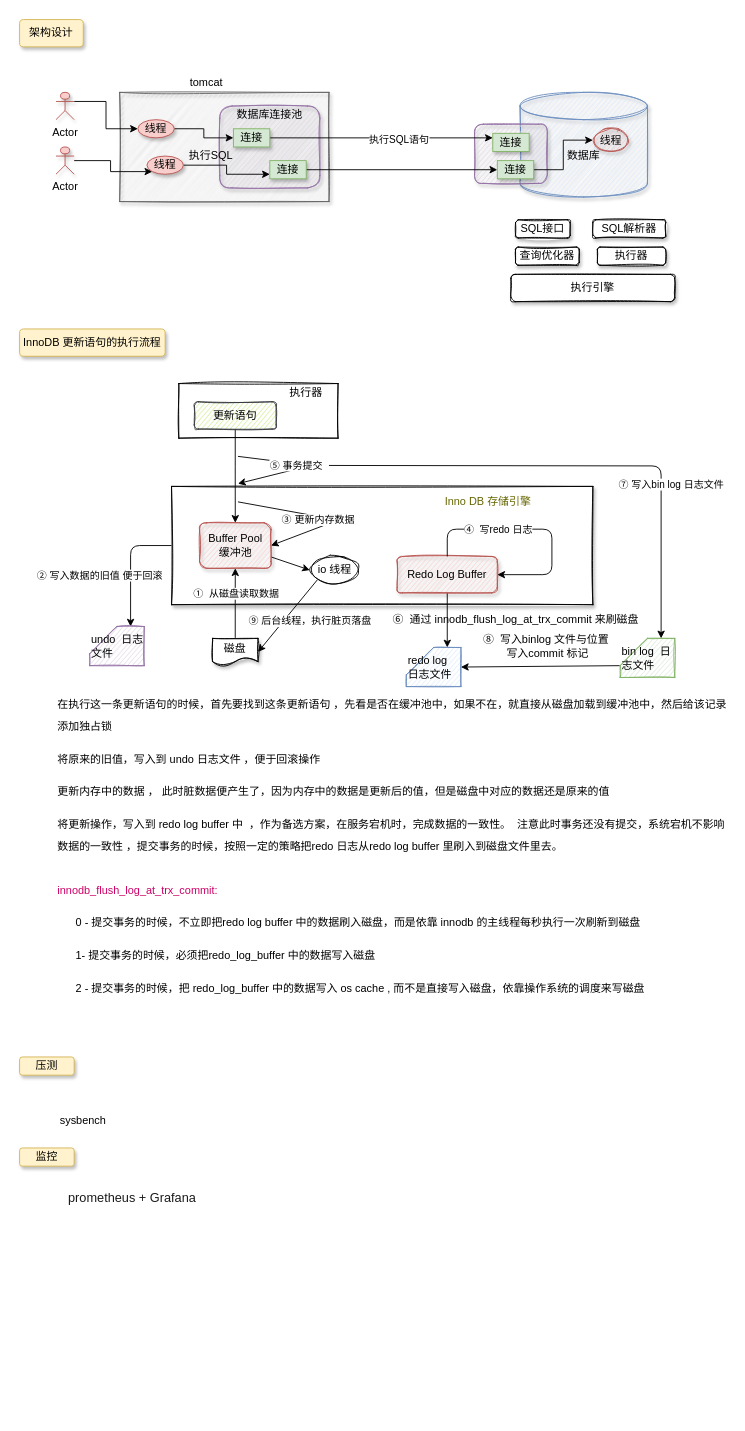
topyuluo/photo-project keeps this draw.io diagram as page "架构设计" (1 of 2) of mysql 实战优化 .drawio. Above is the earlier version. Source tidied: cells renumbered, new cells numbered last; positions are measured from the earlier drawing's top-left corner, leaving out a move shared by most shapes. Both pictures are drawn from the tidied source at 91%, with x=0, y=0 at pixel (19, 19).
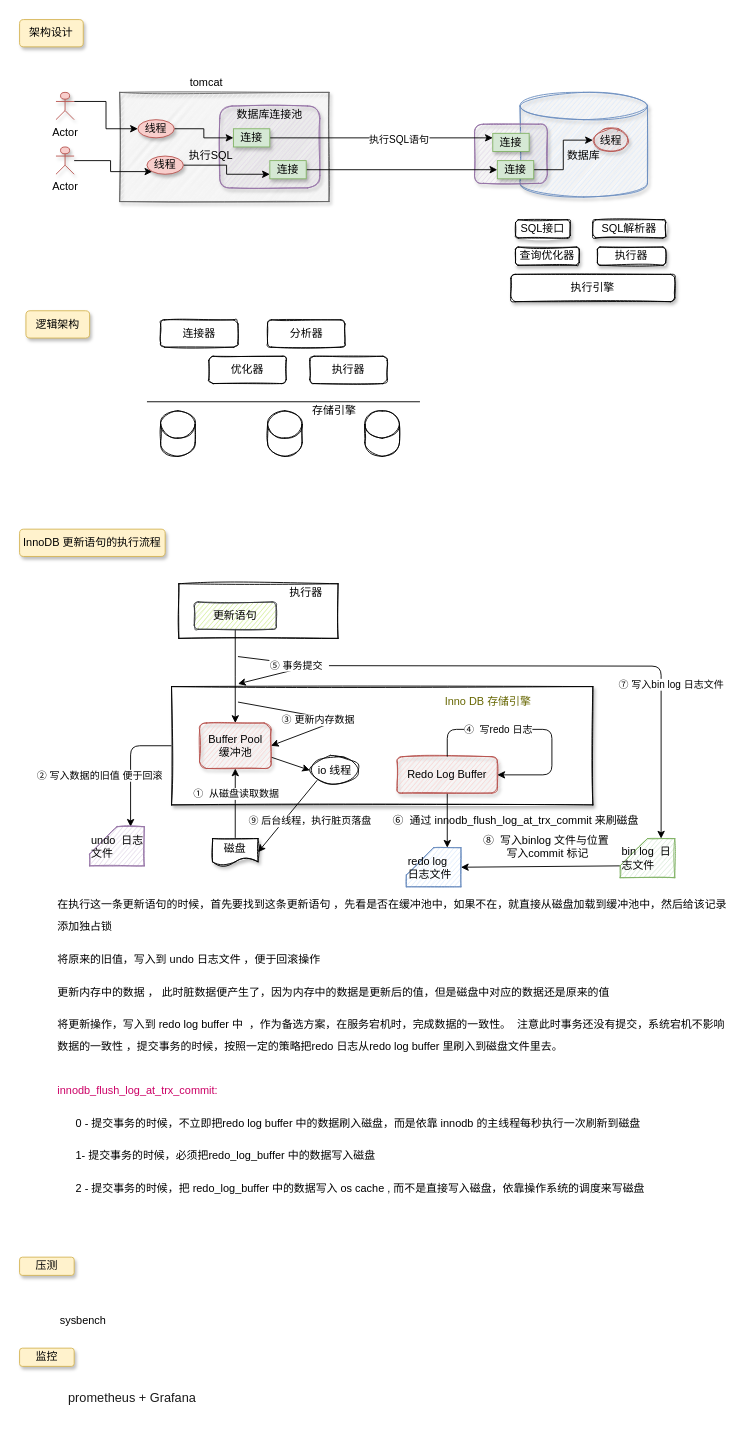
The same diagram, later.

Diff of the diagram source:
```diff
@@
     <mxCell id="2" style="rounded=0;whiteSpace=wrap;html=1;shadow=0;sketch=1;align=center;" parent="1" vertex="1">
-      <mxGeometry x="175" y="400" width="175" height="60" as="geometry" />
+      <mxGeometry x="175" y="620" width="175" height="60" as="geometry" />
     </mxCell>
     <mxCell id="3" style="rounded=0;whiteSpace=wrap;html=1;shadow=1;sketch=1;" parent="1" vertex="1">
-      <mxGeometry x="167" y="513" width="463" height="130" as="geometry" />
+      <mxGeometry x="167" y="733" width="463" height="130" as="geometry" />
     </mxCell>
@@
     <mxCell id="34" value="InnoDB 更新语句的执行流程" style="rounded=1;whiteSpace=wrap;html=1;shadow=1;fillColor=#fff2cc;strokeColor=#d6b656;" parent="1" vertex="1">
-      <mxGeometry y="340" width="160" height="30" as="geometry" />
+      <mxGeometry y="560" width="160" height="30" as="geometry" />
     </mxCell>
@@
     <mxCell id="38" value="Buffer Pool&lt;br&gt;缓冲池" style="rounded=1;whiteSpace=wrap;html=1;shadow=1;sketch=1;fillColor=#f8cecc;strokeColor=#b85450;" parent="1" vertex="1">
-      <mxGeometry x="197.8" y="553" width="78.5" height="50" as="geometry" />
+      <mxGeometry x="197.8" y="773" width="78.5" height="50" as="geometry" />
     </mxCell>
@@
     <mxCell id="41" value="磁盘" style="shape=document;whiteSpace=wrap;html=1;boundedLbl=1;shadow=1;sketch=1;" parent="1" vertex="1">
-      <mxGeometry x="212" y="680" width="50" height="30" as="geometry" />
+      <mxGeometry x="212" y="900" width="50" height="30" as="geometry" />
     </mxCell>
     <mxCell id="42" value="&lt;p style=&quot;line-height: 200%&quot;&gt;在执行这一条更新语句的时候，首先要找到这条更新语句 ，先看是否在缓冲池中，如果不在，就直接从磁盘加载到缓冲池中，然后给该记录添加独占锁&lt;/p&gt;&lt;p style=&quot;line-height: 200%&quot;&gt;将原来的旧值，写入到 undo 日志文件 ，便于回滚操作&lt;/p&gt;&lt;p style=&quot;line-height: 200%&quot;&gt;更新内存中的数据 ， 此时脏数据便产生了，因为内存中的数据是更新后的值，但是磁盘中对应的数据还是原来的值&lt;/p&gt;&lt;p style=&quot;line-height: 200%&quot;&gt;将更新操作，写入到 redo log buffer 中&amp;nbsp; ，作为备选方案，在服务宕机时，完成数据的一致性。&amp;nbsp; 注意此时事务还没有提交，系统宕机不影响数据的一致性 ，提交事务的时候，按照一定的策略把redo 日志从redo log buffer 里刷入到磁盘文件里去。&lt;/p&gt;" style="text;html=1;strokeColor=none;fillColor=none;align=left;verticalAlign=middle;whiteSpace=wrap;rounded=0;shadow=0;sketch=0;" parent="1" vertex="1">
-      <mxGeometry x="40" y="740" width="740" height="180" as="geometry" />
+      <mxGeometry x="40" y="960" width="740" height="180" as="geometry" />
     </mxCell>
     <mxCell id="43" value="undo&amp;nbsp; 日志文件" style="shape=card;whiteSpace=wrap;html=1;shadow=0;sketch=1;align=left;fillColor=#e1d5e7;strokeColor=#9673a6;" parent="1" vertex="1">
-      <mxGeometry x="77" y="667" width="60" height="43" as="geometry" />
+      <mxGeometry x="77" y="887" width="60" height="43" as="geometry" />
     </mxCell>
@@
     <mxCell id="45" value="更新语句" style="rounded=1;whiteSpace=wrap;html=1;shadow=0;sketch=1;align=center;fillColor=#cdeb8b;strokeColor=#36393d;" parent="1" vertex="1">
-      <mxGeometry x="192" y="420" width="90" height="30" as="geometry" />
+      <mxGeometry x="192" y="640" width="90" height="30" as="geometry" />
     </mxCell>
     <mxCell id="46" style="endArrow=classic;html=1;entryX=1;entryY=0.5;entryDx=0;entryDy=0;" parent="1" edge="1" target="38">
       <mxGeometry relative="1" as="geometry">
-        <mxPoint x="240" y="530" as="sourcePoint" />
+        <mxPoint x="240" y="750" as="sourcePoint" />
         <Array as="points">
-          <mxPoint x="350" y="550" />
+          <mxPoint x="350" y="770" />
         </Array>
       </mxGeometry>
     </mxCell>
@@
     <mxCell id="48" value="&lt;font color=&quot;#666600&quot;&gt;Inno DB 存储引擎&lt;/font&gt;" style="text;html=1;align=center;verticalAlign=middle;whiteSpace=wrap;rounded=0;shadow=0;sketch=1;" parent="1" vertex="1">
-      <mxGeometry x="460" y="520" width="110" height="20" as="geometry" />
+      <mxGeometry x="460" y="740" width="110" height="20" as="geometry" />
     </mxCell>
@@
     <mxCell id="50" value="Redo Log Buffer" style="rounded=1;whiteSpace=wrap;html=1;shadow=1;sketch=1;fillColor=#f8cecc;strokeColor=#b85450;" parent="1" vertex="1">
-      <mxGeometry x="415" y="590" width="110" height="40" as="geometry" />
+      <mxGeometry x="415" y="810" width="110" height="40" as="geometry" />
     </mxCell>
     <mxCell id="51" style="edgeStyle=orthogonalEdgeStyle;rounded=1;orthogonalLoop=1;jettySize=auto;html=1;exitX=0.5;exitY=0;exitDx=0;exitDy=0;entryX=1;entryY=0.5;entryDx=0;entryDy=0;" parent="1" edge="1" source="50" target="50">
       <mxGeometry relative="1" as="geometry">
         <Array as="points">
-          <mxPoint x="470" y="560" />
-          <mxPoint x="585" y="560" />
-          <mxPoint x="585" y="610" />
+          <mxPoint x="470" y="780" />
+          <mxPoint x="585" y="780" />
+          <mxPoint x="585" y="830" />
         </Array>
       </mxGeometry>
     </mxCell>
@@
     <mxCell id="53" value="redo log&amp;nbsp;&lt;br&gt;日志文件" style="shape=card;whiteSpace=wrap;html=1;shadow=0;sketch=1;align=left;fillColor=#dae8fc;strokeColor=#6c8ebf;" parent="1" vertex="1">
-      <mxGeometry x="425" y="690" width="60" height="43" as="geometry" />
+      <mxGeometry x="425" y="910" width="60" height="43" as="geometry" />
     </mxCell>
     <mxCell id="54" value="⑥&amp;nbsp; 通过 innodb_flush_log_at_trx_commit 来刷磁盘" style="text;html=1;align=center;verticalAlign=middle;" parent="1" vertex="1">
-      <mxGeometry x="400" y="650" width="290" height="20" as="geometry" />
+      <mxGeometry x="400" y="870" width="290" height="20" as="geometry" />
     </mxCell>
     <mxCell id="55" style="endArrow=classic;html=1;" parent="1" edge="1">
       <mxGeometry relative="1" as="geometry">
-        <mxPoint x="240" y="480" as="sourcePoint" />
-        <mxPoint x="240" y="510" as="targetPoint" />
+        <mxPoint x="240" y="700" as="sourcePoint" />
+        <mxPoint x="240" y="730" as="targetPoint" />
         <Array as="points">
-          <mxPoint x="320" y="490" />
+          <mxPoint x="320" y="710" />
         </Array>
       </mxGeometry>
     </mxCell>
@@
     <mxCell id="57" value="&lt;p style=&quot;line-height: 200%&quot;&gt;&lt;font color=&quot;#cc0066&quot;&gt;innodb_flush_log_at_trx_commit:&lt;/font&gt;&lt;/p&gt;&lt;p style=&quot;line-height: 200%&quot;&gt;&amp;nbsp; &amp;nbsp; &amp;nbsp; 0 - 提交事务的时候，不立即把redo log buffer 中的数据刷入磁盘，而是依靠 innodb 的主线程每秒执行一次刷新到磁盘&lt;/p&gt;&lt;p style=&quot;line-height: 200%&quot;&gt;&amp;nbsp; &amp;nbsp; &amp;nbsp; 1- 提交事务的时候，必须把redo_log_buffer 中的数据写入磁盘&lt;/p&gt;&lt;p style=&quot;line-height: 200%&quot;&gt;&amp;nbsp; &amp;nbsp; &amp;nbsp; 2 - 提交事务的时候，把 redo_log_buffer 中的数据写入 os cache , 而不是直接写入磁盘，依靠操作系统的调度来写磁盘&lt;/p&gt;" style="text;html=1;align=left;verticalAlign=middle;whiteSpace=wrap;rounded=0;shadow=0;sketch=0;" parent="1" vertex="1">
-      <mxGeometry x="40" y="950" width="740" height="120" as="geometry" />
+      <mxGeometry x="40" y="1170" width="740" height="120" as="geometry" />
     </mxCell>
@@
     <mxCell id="59" value="bin log&amp;nbsp; 日志文件" style="shape=card;whiteSpace=wrap;html=1;shadow=0;sketch=1;align=left;fillColor=#d5e8d4;strokeColor=#82b366;" parent="1" vertex="1">
-      <mxGeometry x="660" y="680" width="60" height="43" as="geometry" />
+      <mxGeometry x="660" y="900" width="60" height="43" as="geometry" />
     </mxCell>
     <mxCell id="60" style="endArrow=classic;html=1;entryX=0;entryY=0;entryDx=45;entryDy=0;entryPerimeter=0;edgeStyle=orthogonalEdgeStyle;elbow=vertical;" parent="1" edge="1" target="59">
       <mxGeometry relative="1" as="geometry">
-        <mxPoint x="340" y="490" as="sourcePoint" />
+        <mxPoint x="340" y="710" as="sourcePoint" />
       </mxGeometry>
     </mxCell>
@@
     <mxCell id="62" value="执行器" style="text;html=1;strokeColor=none;fillColor=none;align=center;verticalAlign=middle;whiteSpace=wrap;rounded=0;shadow=0;sketch=1;" parent="1" vertex="1">
-      <mxGeometry x="280" y="400" width="70" height="20" as="geometry" />
+      <mxGeometry x="280" y="620" width="70" height="20" as="geometry" />
     </mxCell>
     <mxCell id="63" value="⑧&amp;nbsp; 写入binlog 文件与位置&amp;nbsp;&lt;br&gt;写入commit 标记" style="text;html=1;align=center;verticalAlign=middle;" parent="1" vertex="1">
-      <mxGeometry x="500" y="673.5" width="160" height="30" as="geometry" />
+      <mxGeometry x="500" y="893.5" width="160" height="30" as="geometry" />
     </mxCell>
@@
     <mxCell id="66" value="io 线程" style="ellipse;whiteSpace=wrap;html=1;shadow=0;sketch=1;align=center;" parent="1" vertex="1">
-      <mxGeometry x="319" y="590" width="55" height="30" as="geometry" />
+      <mxGeometry x="319" y="810" width="55" height="30" as="geometry" />
     </mxCell>
     <mxCell id="67" value="压测" style="rounded=1;whiteSpace=wrap;html=1;shadow=1;fillColor=#fff2cc;strokeColor=#d6b656;" parent="1" vertex="1">
-      <mxGeometry y="1140" width="60" height="20" as="geometry" />
+      <mxGeometry y="1360" width="60" height="20" as="geometry" />
     </mxCell>
     <mxCell id="68" value="sysbench" style="text;html=1;strokeColor=none;fillColor=none;align=center;verticalAlign=middle;whiteSpace=wrap;rounded=0;shadow=0;sketch=1;" parent="1" vertex="1">
-      <mxGeometry x="40" y="1200" width="60" height="20" as="geometry" />
+      <mxGeometry x="40" y="1420" width="60" height="20" as="geometry" />
     </mxCell>
     <mxCell id="69" value="监控" style="rounded=1;whiteSpace=wrap;html=1;shadow=1;fillColor=#fff2cc;strokeColor=#d6b656;" parent="1" vertex="1">
-      <mxGeometry y="1240" width="60" height="20" as="geometry" />
+      <mxGeometry y="1460" width="60" height="20" as="geometry" />
     </mxCell>
     <mxCell id="70" value="&lt;h1 style=&quot;font-family: &amp;#34;microsoft yahei&amp;#34; ; font-size: 14px&quot;&gt;&lt;font color=&quot;#1a1a1a&quot; style=&quot;font-weight: normal&quot;&gt;prometheus + Grafana&lt;/font&gt;&lt;/h1&gt;" style="text;html=1;strokeColor=none;fillColor=none;align=center;verticalAlign=middle;whiteSpace=wrap;rounded=0;shadow=0;sketch=1;" parent="1" vertex="1">
-      <mxGeometry x="40" y="1280" width="168" height="30" as="geometry" />
+      <mxGeometry x="40" y="1500" width="168" height="30" as="geometry" />
     </mxCell>
+    <mxCell id="71" style="endArrow=none;html=1;" parent="1" edge="1">
+      <mxGeometry relative="1" as="geometry">
+        <mxPoint x="140" y="420" as="sourcePoint" />
+        <mxPoint x="440" y="420" as="targetPoint" />
+      </mxGeometry>
+    </mxCell>
+    <mxCell id="72" value="逻辑架构" style="rounded=1;whiteSpace=wrap;html=1;shadow=1;fillColor=#fff2cc;strokeColor=#d6b656;" parent="1" vertex="1">
+      <mxGeometry x="7" y="320" width="70" height="30" as="geometry" />
+    </mxCell>
+    <mxCell id="73" value="连接器" style="rounded=1;whiteSpace=wrap;html=1;sketch=1;" parent="1" vertex="1">
+      <mxGeometry x="155" y="330" width="85" height="30" as="geometry" />
+    </mxCell>
+    <mxCell id="74" value="分析器" style="rounded=1;whiteSpace=wrap;html=1;sketch=1;" parent="1" vertex="1">
+      <mxGeometry x="272.5" y="330" width="85" height="30" as="geometry" />
+    </mxCell>
+    <mxCell id="75" value="优化器" style="rounded=1;whiteSpace=wrap;html=1;sketch=1;" parent="1" vertex="1">
+      <mxGeometry x="208" y="370" width="85" height="30" as="geometry" />
+    </mxCell>
+    <mxCell id="76" value="执行器" style="rounded=1;whiteSpace=wrap;html=1;sketch=1;" parent="1" vertex="1">
+      <mxGeometry x="319" y="370" width="85" height="30" as="geometry" />
+    </mxCell>
+    <mxCell id="77" style="shape=cylinder3;whiteSpace=wrap;html=1;boundedLbl=1;backgroundOutline=1;size=15;sketch=1;" parent="1" vertex="1">
+      <mxGeometry x="155" y="430" width="38" height="50" as="geometry" />
+    </mxCell>
+    <mxCell id="78" style="shape=cylinder3;whiteSpace=wrap;html=1;boundedLbl=1;backgroundOutline=1;size=15;sketch=1;" parent="1" vertex="1">
+      <mxGeometry x="272.5" y="430" width="38" height="50" as="geometry" />
+    </mxCell>
+    <mxCell id="79" style="shape=cylinder3;whiteSpace=wrap;html=1;boundedLbl=1;backgroundOutline=1;size=15;sketch=1;" parent="1" vertex="1">
+      <mxGeometry x="379.5" y="430" width="38" height="50" as="geometry" />
+    </mxCell>
+    <mxCell id="80" value="存储引擎" style="text;html=1;strokeColor=none;fillColor=none;align=center;verticalAlign=middle;whiteSpace=wrap;rounded=0;sketch=1;" parent="1" vertex="1">
+      <mxGeometry x="319" y="420" width="53.5" height="20" as="geometry" />
+    </mxCell>
```
